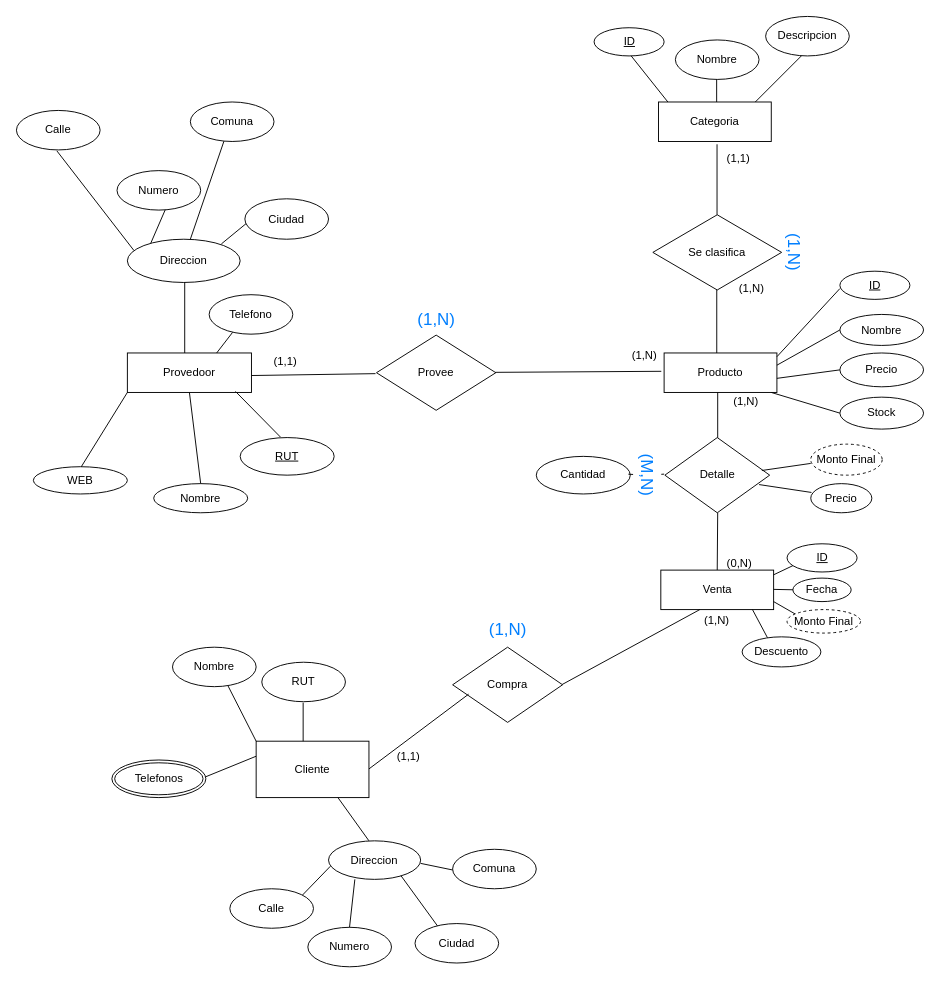
The draw.io diagram Sistema De Ventas.drawio in IGothFexI/Work-, before the edit. Source tidied: cells renumbered, new cells numbered last; positions are measured from the earlier drawing's top-left corner, leaving out a move shared by most shapes. Both pictures are drawn from the tidied source at 94%, with x=0, y=0 at pixel (16, 16).
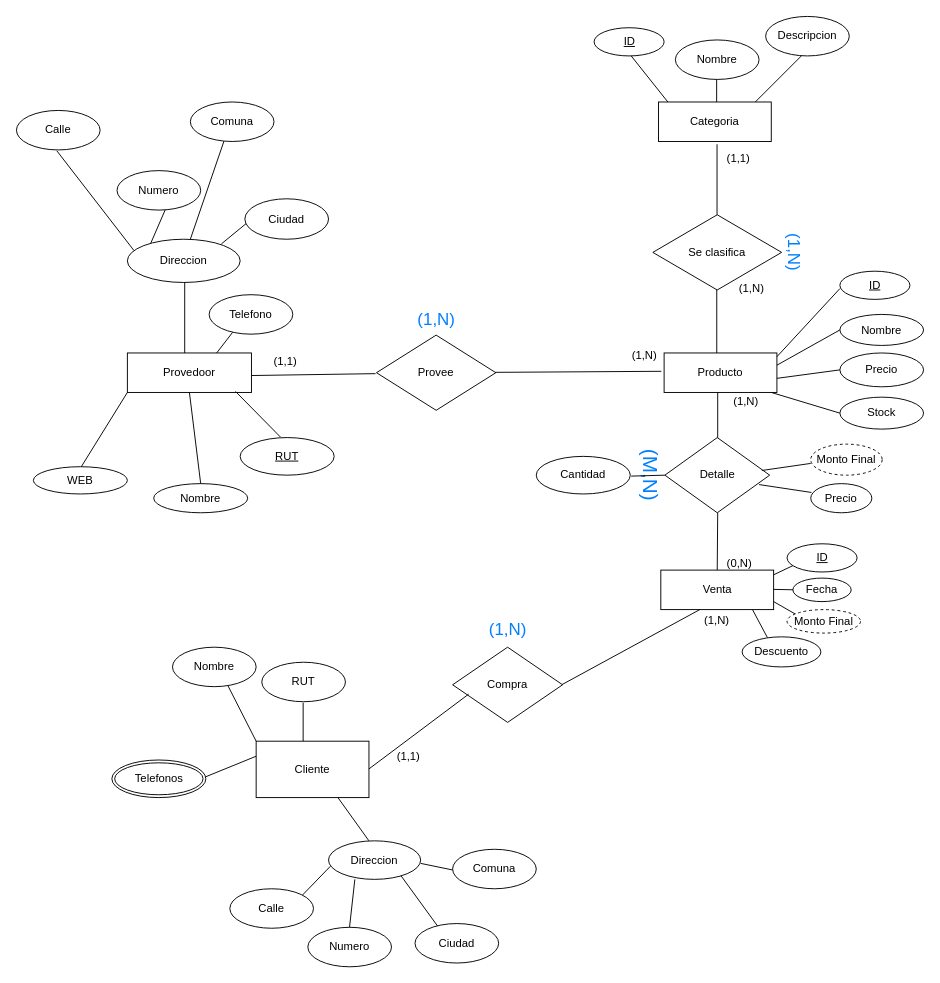
Above is the later version.

Unchanged cells that the change refers to:
```xml
<mxCell id="29" value="Detalle" style="rhombus;whiteSpace=wrap;html=1;" parent="1" vertex="1">
  <mxGeometry x="689.8" y="448" width="111.5" height="80" as="geometry" />
</mxCell>
```

Change to the diagram source:
```diff
@@
-    <mxCell id="73" style="endArrow=none;html=1;rounded=0;" parent="1" edge="1" source="90">
-      <mxGeometry relative="1" as="geometry">
-        <mxPoint x="689" y="486.9" as="targetPoint" />
-      </mxGeometry>
-    </mxCell>
@@
-    <mxCell id="89" style="endArrow=none;html=1;rounded=0;" parent="1" edge="1" target="90">
-      <mxGeometry relative="1" as="geometry">
-        <mxPoint x="651" y="487" as="sourcePoint" />
-      </mxGeometry>
-    </mxCell>
-    <mxCell id="90" value="&lt;font color=&quot;#007fff&quot; style=&quot;font-size: 18px;&quot;&gt;(M,N)&lt;/font&gt;" style="text;html=1;align=center;verticalAlign=middle;whiteSpace=wrap;rounded=0;rotation=90;" parent="1" vertex="1">
-      <mxGeometry x="641" y="473" width="60" height="30" as="geometry" />
+    <mxCell id="90" value="&lt;font color=&quot;#007fff&quot; style=&quot;font-size: 22px;&quot;&gt;(M,N)&lt;/font&gt;" style="text;html=1;align=center;verticalAlign=middle;whiteSpace=wrap;rounded=0;rotation=90;" parent="1" vertex="1">
+      <mxGeometry x="644" y="473" width="60" height="30" as="geometry" />
     </mxCell>
@@
+    <mxCell id="94" style="endArrow=none;html=1;rounded=0;entryX=0;entryY=0.5;entryDx=0;entryDy=0;" parent="1" edge="1" target="29">
+      <mxGeometry relative="1" as="geometry">
+        <mxPoint x="654" y="489" as="sourcePoint" />
+      </mxGeometry>
+    </mxCell>
```
